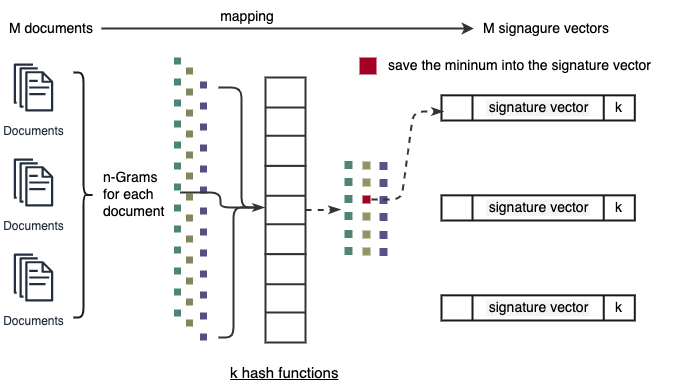
The draw.io diagram docs/math/images/min-hashing.png in oceanumeric/oceanumeric.github.io, before a commit. Source tidied: cells renumbered, new cells last; positions are measured from the earlier drawing's top-left corner, leaving out a move shared by most shapes. Source of this version:
```xml
<mxGraphModel background="#ffffff">
  <root>
    <mxCell id="0" />
    <mxCell id="1" parent="0" />
    <mxCell id="2" style="shape=curlyBracket;whiteSpace=wrap;html=1;rounded=1;flipH=1;labelPosition=right;verticalLabelPosition=middle;align=left;verticalAlign=middle;strokeColor=#1A1A1A;strokeWidth=2;fontSize=14;fontColor=#000000;fillColor=#FFFFFF;" parent="1" vertex="1">
      <mxGeometry x="72" y="71" width="20" height="245" as="geometry" />
    </mxCell>
    <mxCell id="3" value="save the mininum into the signature vector&amp;nbsp;" style="text;html=1;strokeColor=none;fillColor=none;align=left;verticalAlign=middle;whiteSpace=wrap;rounded=0;dashed=1;dashPattern=1 2;strokeWidth=2;fontSize=14;fontColor=#000000;" parent="1" vertex="1">
      <mxGeometry x="385" y="49" width="296" height="30" as="geometry" />
    </mxCell>
    <mxCell id="4" style="group;" parent="1" vertex="1">
      <mxGeometry x="2" y="56" width="60" height="250" as="geometry" />
    </mxCell>
    <mxCell id="5" value="Documents" style="sketch=0;fontColor=#232F3E;gradientColor=none;strokeColor=#232F3E;fillColor=#ffffff;dashed=0;verticalLabelPosition=bottom;verticalAlign=top;align=center;html=1;fontSize=12;fontStyle=0;shape=mxgraph.aws4.resourceIcon;resIcon=mxgraph.aws4.documents;" parent="4" vertex="1">
      <mxGeometry width="60" height="60" as="geometry" />
    </mxCell>
    <mxCell id="6" value="Documents" style="sketch=0;fontColor=#232F3E;gradientColor=none;strokeColor=#232F3E;fillColor=#ffffff;dashed=0;verticalLabelPosition=bottom;verticalAlign=top;align=center;html=1;fontSize=12;fontStyle=0;shape=mxgraph.aws4.resourceIcon;resIcon=mxgraph.aws4.documents;" parent="4" vertex="1">
      <mxGeometry y="95" width="60" height="60" as="geometry" />
    </mxCell>
    <mxCell id="7" value="Documents" style="sketch=0;fontColor=#232F3E;gradientColor=none;strokeColor=#232F3E;fillColor=#ffffff;dashed=0;verticalLabelPosition=bottom;verticalAlign=top;align=center;html=1;fontSize=12;fontStyle=0;shape=mxgraph.aws4.resourceIcon;resIcon=mxgraph.aws4.documents;" parent="4" vertex="1">
      <mxGeometry y="190" width="60" height="60" as="geometry" />
    </mxCell>
    <mxCell id="8" style="edgeStyle=orthogonalEdgeStyle;sketch=0;html=1;exitX=1;exitY=0.5;exitDx=0;exitDy=0;entryX=0;entryY=0.5;entryDx=0;entryDy=0;strokeColor=#333333;strokeWidth=2;fontSize=14;fontColor=#000000;fillColor=#000000;" parent="1" edge="1" source="9" target="15">
      <mxGeometry relative="1" as="geometry" />
    </mxCell>
    <mxCell id="9" value="M documents" style="text;html=1;strokeColor=none;fillColor=none;align=center;verticalAlign=middle;whiteSpace=wrap;rounded=0;dashed=1;dashPattern=1 2;strokeWidth=2;fontSize=14;fontColor=#000000;" parent="1" vertex="1">
      <mxGeometry y="12" width="100" height="30" as="geometry" />
    </mxCell>
    <mxCell id="10" style="group;" parent="1" vertex="1">
      <mxGeometry x="440" y="93" width="200" height="26" as="geometry" />
    </mxCell>
    <mxCell id="11" style="shape=process;whiteSpace=wrap;html=1;backgroundOutline=1;strokeColor=#1A1A1A;strokeWidth=2;fontSize=14;fontColor=#000000;fillColor=#FFFFFF;size=0.15789473684210525;" parent="10" vertex="1">
      <mxGeometry y="0.8" width="193.3" height="25.2" as="geometry" />
    </mxCell>
    <mxCell id="12" value="signature vector" style="shape=partialRectangle;html=1;top=1;align=center;fontSize=14;fontColor=#000000;fillColor=#f5f4f4;strokeColor=none;strokeWidth=2;" parent="10" vertex="1" collapsed="1">
      <mxGeometry x="44.6" y="5" width="104.1" height="16.8" as="geometry" />
    </mxCell>
    <mxCell id="13" value="k" style="text;html=1;strokeColor=none;fillColor=none;align=center;verticalAlign=middle;whiteSpace=wrap;rounded=0;dashed=1;dashPattern=8 8;strokeWidth=2;fontSize=14;fontColor=#000000;" parent="10" vertex="1">
      <mxGeometry x="155.4" width="44.6" height="25.2" as="geometry" />
    </mxCell>
    <mxCell id="14" value="n-Grams for each document" style="text;html=1;strokeColor=none;fillColor=none;align=left;verticalAlign=middle;whiteSpace=wrap;rounded=0;dashed=1;dashPattern=1 2;strokeWidth=2;fontSize=14;fontColor=#000000;horizontal=1;" parent="1" vertex="1">
      <mxGeometry x="99.5" y="163" width="67.5" height="60" as="geometry" />
    </mxCell>
    <mxCell id="15" value="M signagure vectors" style="text;html=1;strokeColor=none;fillColor=none;align=center;verticalAlign=middle;whiteSpace=wrap;rounded=0;dashed=1;dashPattern=1 2;strokeWidth=2;fontSize=14;fontColor=#000000;" parent="1" vertex="1">
      <mxGeometry x="472.2" y="12" width="145.5" height="30" as="geometry" />
    </mxCell>
    <mxCell id="16" value="mapping" style="text;html=1;strokeColor=none;fillColor=none;align=center;verticalAlign=middle;whiteSpace=wrap;rounded=0;dashed=1;dashPattern=1 2;strokeWidth=2;fontSize=14;fontColor=#000000;" parent="1" vertex="1">
      <mxGeometry x="216" width="60" height="30" as="geometry" />
    </mxCell>
    <mxCell id="17" value="k hash functions" style="text;html=1;strokeColor=none;fillColor=none;align=left;verticalAlign=middle;whiteSpace=wrap;rounded=0;dashed=1;dashPattern=1 2;strokeWidth=2;fontSize=15;fontColor=#000000;fontStyle=4;" parent="1" vertex="1">
      <mxGeometry x="227" y="356" width="140" height="30" as="geometry" />
    </mxCell>
    <mxCell id="18" style="line;strokeWidth=7;direction=south;html=1;perimeter=backbonePerimeter;points=[];outlineConnect=0;dashed=1;dashPattern=1 2;strokeColor=#4D8574;fontSize=15;fontColor=#000000;fillColor=#FFFFFF;shadow=0;" parent="1" vertex="1">
      <mxGeometry x="171" y="56" width="10" height="270" as="geometry" />
    </mxCell>
    <mxCell id="19" style="line;strokeWidth=7;direction=south;html=1;perimeter=backbonePerimeter;points=[];outlineConnect=0;dashed=1;dashPattern=1 2;strokeColor=#80875E;fontSize=15;fontColor=#000000;fillColor=#858C61;shadow=0;" parent="1" vertex="1">
      <mxGeometry x="183" y="66" width="10" height="270" as="geometry" />
    </mxCell>
    <mxCell id="20" style="line;strokeWidth=7;direction=south;html=1;perimeter=backbonePerimeter;dashed=1;dashPattern=1 2;strokeColor=#535182;fontSize=15;fontColor=#000000;fillColor=#FFFFFF;shadow=0;" parent="1" vertex="1">
      <mxGeometry x="197" y="80" width="10" height="270" as="geometry" />
    </mxCell>
    <mxCell id="21" style="group;" parent="1" vertex="1">
      <mxGeometry x="264" y="76" width="40" height="265" as="geometry" />
    </mxCell>
    <mxCell id="22" style="strokeWidth=2;html=1;shape=mxgraph.lean_mapping.buffer_or_safety_stock;shadow=0;sketch=0;strokeColor=#333333;fontSize=15;fontColor=#000000;fillColor=#FFFFFF;" parent="21" vertex="1">
      <mxGeometry y="88.3" width="40" height="88.3" as="geometry" />
    </mxCell>
    <mxCell id="23" style="strokeWidth=2;html=1;shape=mxgraph.lean_mapping.buffer_or_safety_stock;shadow=0;sketch=0;strokeColor=#333333;fontSize=15;fontColor=#000000;fillColor=#FFFFFF;" parent="21" vertex="1">
      <mxGeometry y="176.7" width="40" height="88.3" as="geometry" />
    </mxCell>
    <mxCell id="24" style="strokeWidth=2;html=1;shape=mxgraph.lean_mapping.buffer_or_safety_stock;shadow=0;sketch=0;strokeColor=#333333;fontSize=15;fontColor=#000000;fillColor=#FFFFFF;" parent="21" vertex="1">
      <mxGeometry width="40" height="88.3" as="geometry" />
    </mxCell>
    <mxCell id="25" style="group;" parent="1" vertex="1">
      <mxGeometry x="440" y="193" width="200" height="26" as="geometry" />
    </mxCell>
    <mxCell id="26" style="shape=process;whiteSpace=wrap;html=1;backgroundOutline=1;strokeColor=#1A1A1A;strokeWidth=2;fontSize=14;fontColor=#000000;fillColor=#FFFFFF;size=0.15789473684210525;" parent="25" vertex="1">
      <mxGeometry y="0.8" width="193.3" height="25.2" as="geometry" />
    </mxCell>
    <mxCell id="27" value="signature vector" style="shape=partialRectangle;html=1;top=1;align=center;fontSize=14;fontColor=#000000;fillColor=#f5f4f4;strokeColor=none;strokeWidth=2;" parent="25" vertex="1" collapsed="1">
      <mxGeometry x="44.6" y="5" width="104.1" height="16.8" as="geometry" />
    </mxCell>
    <mxCell id="28" value="k" style="text;html=1;strokeColor=none;fillColor=none;align=center;verticalAlign=middle;whiteSpace=wrap;rounded=0;dashed=1;dashPattern=8 8;strokeWidth=2;fontSize=14;fontColor=#000000;" parent="25" vertex="1">
      <mxGeometry x="155.4" width="44.6" height="25.2" as="geometry" />
    </mxCell>
    <mxCell id="29" style="group;" parent="1" vertex="1">
      <mxGeometry x="440" y="293" width="200" height="26" as="geometry" />
    </mxCell>
    <mxCell id="30" style="shape=process;whiteSpace=wrap;html=1;backgroundOutline=1;strokeColor=#1A1A1A;strokeWidth=2;fontSize=14;fontColor=#000000;fillColor=#FFFFFF;size=0.15789473684210525;" parent="29" vertex="1">
      <mxGeometry y="0.8" width="193.3" height="25.2" as="geometry" />
    </mxCell>
    <mxCell id="31" value="signature vector" style="shape=partialRectangle;html=1;top=1;align=center;fontSize=14;fontColor=#000000;fillColor=#f5f4f4;strokeColor=none;strokeWidth=2;" parent="29" vertex="1" collapsed="1">
      <mxGeometry x="44.6" y="5" width="104.1" height="16.8" as="geometry" />
    </mxCell>
    <mxCell id="32" value="k" style="text;html=1;strokeColor=none;fillColor=none;align=center;verticalAlign=middle;whiteSpace=wrap;rounded=0;dashed=1;dashPattern=8 8;strokeWidth=2;fontSize=14;fontColor=#000000;" parent="29" vertex="1">
      <mxGeometry x="155.4" width="44.6" height="25.2" as="geometry" />
    </mxCell>
    <mxCell id="33" style="endArrow=classicThin;html=1;sketch=0;strokeColor=#333333;strokeWidth=2;fontSize=15;fontColor=#000000;fillColor=#000000;edgeStyle=elbowEdgeStyle;endFill=1;" parent="1" edge="1">
      <mxGeometry relative="1" as="geometry">
        <mxPoint x="217" y="86" as="sourcePoint" />
        <mxPoint x="263" y="206" as="targetPoint" />
      </mxGeometry>
    </mxCell>
    <mxCell id="34" style="endArrow=none;html=1;sketch=0;strokeColor=#333333;strokeWidth=2;fontSize=15;fontColor=#000000;fillColor=#000000;edgeStyle=elbowEdgeStyle;endFill=0;" parent="1" edge="1" source="18">
      <mxGeometry relative="1" as="geometry">
        <mxPoint x="257" y="206" as="targetPoint" />
      </mxGeometry>
    </mxCell>
    <mxCell id="35" style="endArrow=none;html=1;sketch=0;strokeColor=#333333;strokeWidth=2;fontSize=15;fontColor=#000000;fillColor=#000000;edgeStyle=elbowEdgeStyle;endFill=0;" parent="1" edge="1">
      <mxGeometry relative="1" as="geometry">
        <mxPoint x="217" y="336" as="sourcePoint" />
        <mxPoint x="247" y="206" as="targetPoint" />
      </mxGeometry>
    </mxCell>
    <mxCell id="36" style="group;" parent="1" vertex="1">
      <mxGeometry x="343" y="159.5" width="43" height="95" as="geometry" />
    </mxCell>
    <mxCell id="37" style="whiteSpace=wrap;html=1;shadow=0;sketch=0;strokeColor=none;strokeWidth=2;fontSize=15;fontColor=#000000;fillColor=#4D8574;" parent="36" vertex="1">
      <mxGeometry width="8" height="8" as="geometry" />
    </mxCell>
    <mxCell id="38" style="whiteSpace=wrap;html=1;shadow=0;sketch=0;strokeColor=none;strokeWidth=2;fontSize=15;fontColor=#000000;fillColor=#8E9668;" parent="36" vertex="1">
      <mxGeometry x="18" y="0.5" width="8" height="8" as="geometry" />
    </mxCell>
    <mxCell id="39" style="whiteSpace=wrap;html=1;shadow=0;sketch=0;strokeColor=none;strokeWidth=2;fontSize=15;fontColor=#000000;fillColor=#565487;" parent="36" vertex="1">
      <mxGeometry x="35" y="1" width="8" height="8" as="geometry" />
    </mxCell>
    <mxCell id="40" style="whiteSpace=wrap;html=1;shadow=0;sketch=0;strokeColor=none;strokeWidth=2;fontSize=15;fontColor=#000000;fillColor=#4D8574;" parent="36" vertex="1">
      <mxGeometry y="17" width="8" height="8" as="geometry" />
    </mxCell>
    <mxCell id="41" style="whiteSpace=wrap;html=1;shadow=0;sketch=0;strokeColor=none;strokeWidth=2;fontSize=15;fontColor=#000000;fillColor=#8E9668;" parent="36" vertex="1">
      <mxGeometry x="18" y="17.5" width="8" height="8" as="geometry" />
    </mxCell>
    <mxCell id="42" style="whiteSpace=wrap;html=1;shadow=0;sketch=0;strokeColor=none;strokeWidth=2;fontSize=15;fontColor=#000000;fillColor=#565487;" parent="36" vertex="1">
      <mxGeometry x="35" y="18" width="8" height="8" as="geometry" />
    </mxCell>
    <mxCell id="43" style="whiteSpace=wrap;html=1;shadow=0;sketch=0;strokeColor=none;strokeWidth=2;fontSize=15;fontColor=#000000;fillColor=#4D8574;" parent="36" vertex="1">
      <mxGeometry y="34" width="8" height="8" as="geometry" />
    </mxCell>
    <mxCell id="44" style="whiteSpace=wrap;html=1;shadow=0;sketch=0;strokeColor=none;strokeWidth=2;fontSize=15;fontColor=#ffffff;fillColor=#a20025;" parent="36" vertex="1">
      <mxGeometry x="18" y="34.5" width="8" height="8" as="geometry" />
    </mxCell>
    <mxCell id="45" style="whiteSpace=wrap;html=1;shadow=0;sketch=0;strokeColor=none;strokeWidth=2;fontSize=15;fontColor=#000000;fillColor=#565487;" parent="36" vertex="1">
      <mxGeometry x="35" y="35" width="8" height="8" as="geometry" />
    </mxCell>
    <mxCell id="46" style="whiteSpace=wrap;html=1;shadow=0;sketch=0;strokeColor=none;strokeWidth=2;fontSize=15;fontColor=#000000;fillColor=#4D8574;" parent="36" vertex="1">
      <mxGeometry y="51" width="8" height="8" as="geometry" />
    </mxCell>
    <mxCell id="47" style="whiteSpace=wrap;html=1;shadow=0;sketch=0;strokeColor=none;strokeWidth=2;fontSize=15;fontColor=#000000;fillColor=#8E9668;" parent="36" vertex="1">
      <mxGeometry x="18" y="51.5" width="8" height="8" as="geometry" />
    </mxCell>
    <mxCell id="48" style="whiteSpace=wrap;html=1;shadow=0;sketch=0;strokeColor=none;strokeWidth=2;fontSize=15;fontColor=#000000;fillColor=#565487;" parent="36" vertex="1">
      <mxGeometry x="35" y="52" width="8" height="8" as="geometry" />
    </mxCell>
    <mxCell id="49" style="whiteSpace=wrap;html=1;shadow=0;sketch=0;strokeColor=none;strokeWidth=2;fontSize=15;fontColor=#000000;fillColor=#4D8574;" parent="36" vertex="1">
      <mxGeometry y="69" width="8" height="8" as="geometry" />
    </mxCell>
    <mxCell id="50" style="whiteSpace=wrap;html=1;shadow=0;sketch=0;strokeColor=none;strokeWidth=2;fontSize=15;fontColor=#000000;fillColor=#8E9668;" parent="36" vertex="1">
      <mxGeometry x="18" y="69.5" width="8" height="8" as="geometry" />
    </mxCell>
    <mxCell id="51" style="whiteSpace=wrap;html=1;shadow=0;sketch=0;strokeColor=none;strokeWidth=2;fontSize=15;fontColor=#000000;fillColor=#565487;" parent="36" vertex="1">
      <mxGeometry x="35" y="70" width="8" height="8" as="geometry" />
    </mxCell>
    <mxCell id="52" style="whiteSpace=wrap;html=1;shadow=0;sketch=0;strokeColor=none;strokeWidth=2;fontSize=15;fontColor=#000000;fillColor=#4D8574;" parent="36" vertex="1">
      <mxGeometry y="86" width="8" height="8" as="geometry" />
    </mxCell>
    <mxCell id="53" style="whiteSpace=wrap;html=1;shadow=0;sketch=0;strokeColor=none;strokeWidth=2;fontSize=15;fontColor=#000000;fillColor=#8E9668;" parent="36" vertex="1">
      <mxGeometry x="18" y="86.5" width="8" height="8" as="geometry" />
    </mxCell>
    <mxCell id="54" style="whiteSpace=wrap;html=1;shadow=0;sketch=0;strokeColor=none;strokeWidth=2;fontSize=15;fontColor=#000000;fillColor=#565487;" parent="36" vertex="1">
      <mxGeometry x="35" y="87" width="8" height="8" as="geometry" />
    </mxCell>
    <mxCell id="55" style="edgeStyle=elbowEdgeStyle;sketch=0;html=1;exitX=1;exitY=0.5;exitDx=0;exitDy=0;strokeColor=#333333;strokeWidth=2;fontSize=15;fontColor=#000000;fillColor=#000000;dashed=1;endArrow=classicThin;endFill=1;" parent="1" edge="1" source="22">
      <mxGeometry relative="1" as="geometry">
        <mxPoint x="339" y="208" as="targetPoint" />
      </mxGeometry>
    </mxCell>
    <mxCell id="56" style="edgeStyle=entityRelationEdgeStyle;sketch=0;html=1;exitX=0.5;exitY=0;exitDx=0;exitDy=0;dashed=1;strokeColor=#333333;strokeWidth=2;fontSize=15;fontColor=#000000;endArrow=classicThin;endFill=1;fillColor=#000000;elbow=vertical;" parent="1" edge="1">
      <mxGeometry relative="1" as="geometry">
        <mxPoint x="370" y="198" as="sourcePoint" />
        <mxPoint x="442" y="110" as="targetPoint" />
      </mxGeometry>
    </mxCell>
    <mxCell id="57" style="whiteSpace=wrap;html=1;shadow=0;sketch=0;strokeColor=none;strokeWidth=2;fontSize=15;fontColor=#ffffff;fillColor=#a20025;" parent="1" vertex="1">
      <mxGeometry x="358" y="56" width="17" height="17" as="geometry" />
    </mxCell>
  </root>
</mxGraphModel>
```
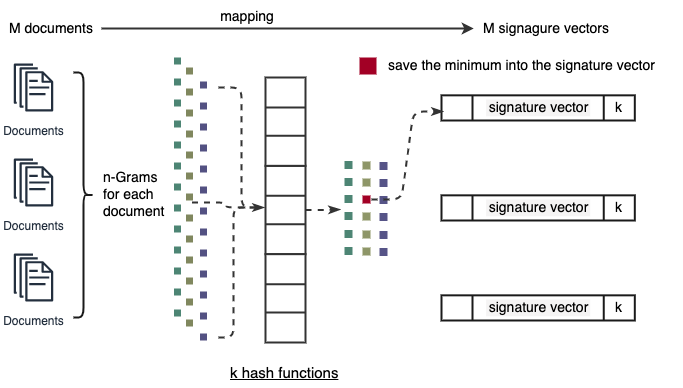
Later version of the same file.

Change to the diagram source:
```diff
@@ -5,7 +5,7 @@
     <mxCell id="2" style="shape=curlyBracket;whiteSpace=wrap;html=1;rounded=1;flipH=1;labelPosition=right;verticalLabelPosition=middle;align=left;verticalAlign=middle;strokeColor=#1A1A1A;strokeWidth=2;fontSize=14;fontColor=#000000;fillColor=#FFFFFF;" parent="1" vertex="1">
       <mxGeometry x="72" y="71" width="20" height="245" as="geometry" />
     </mxCell>
-    <mxCell id="3" value="save the mininum into the signature vector&amp;nbsp;" style="text;html=1;strokeColor=none;fillColor=none;align=left;verticalAlign=middle;whiteSpace=wrap;rounded=0;dashed=1;dashPattern=1 2;strokeWidth=2;fontSize=14;fontColor=#000000;" parent="1" vertex="1">
+    <mxCell id="3" value="save the minimum into the signature vector&amp;nbsp;" style="text;html=1;strokeColor=none;fillColor=none;align=left;verticalAlign=middle;whiteSpace=wrap;rounded=0;dashed=1;dashPattern=1 2;strokeWidth=2;fontSize=14;fontColor=#000000;" parent="1" vertex="1">
       <mxGeometry x="385" y="49" width="296" height="30" as="geometry" />
     </mxCell>
     <mxCell id="4" style="group;" parent="1" vertex="1">
@@ -95,18 +95,18 @@
     <mxCell id="32" value="k" style="text;html=1;strokeColor=none;fillColor=none;align=center;verticalAlign=middle;whiteSpace=wrap;rounded=0;dashed=1;dashPattern=8 8;strokeWidth=2;fontSize=14;fontColor=#000000;" parent="29" vertex="1">
       <mxGeometry x="155.4" width="44.6" height="25.2" as="geometry" />
     </mxCell>
-    <mxCell id="33" style="endArrow=classicThin;html=1;sketch=0;strokeColor=#333333;strokeWidth=2;fontSize=15;fontColor=#000000;fillColor=#000000;edgeStyle=elbowEdgeStyle;endFill=1;" parent="1" edge="1">
+    <mxCell id="33" style="endArrow=classicThin;html=1;sketch=0;strokeColor=#333333;strokeWidth=2;fontSize=15;fontColor=#000000;fillColor=#000000;edgeStyle=elbowEdgeStyle;endFill=1;dashed=1;" parent="1" edge="1">
       <mxGeometry relative="1" as="geometry">
         <mxPoint x="217" y="86" as="sourcePoint" />
         <mxPoint x="263" y="206" as="targetPoint" />
       </mxGeometry>
     </mxCell>
-    <mxCell id="34" style="endArrow=none;html=1;sketch=0;strokeColor=#333333;strokeWidth=2;fontSize=15;fontColor=#000000;fillColor=#000000;edgeStyle=elbowEdgeStyle;endFill=0;" parent="1" edge="1" source="18">
+    <mxCell id="34" style="endArrow=none;html=1;sketch=0;strokeColor=#333333;strokeWidth=2;fontSize=15;fontColor=#000000;fillColor=#000000;edgeStyle=elbowEdgeStyle;endFill=0;dashed=1;" parent="1" edge="1" source="19">
       <mxGeometry relative="1" as="geometry">
         <mxPoint x="257" y="206" as="targetPoint" />
       </mxGeometry>
     </mxCell>
-    <mxCell id="35" style="endArrow=none;html=1;sketch=0;strokeColor=#333333;strokeWidth=2;fontSize=15;fontColor=#000000;fillColor=#000000;edgeStyle=elbowEdgeStyle;endFill=0;" parent="1" edge="1">
+    <mxCell id="35" style="endArrow=none;html=1;sketch=0;strokeColor=#333333;strokeWidth=2;fontSize=15;fontColor=#000000;fillColor=#000000;edgeStyle=elbowEdgeStyle;endFill=0;dashed=1;" parent="1" edge="1">
       <mxGeometry relative="1" as="geometry">
         <mxPoint x="217" y="336" as="sourcePoint" />
         <mxPoint x="247" y="206" as="targetPoint" />
```
